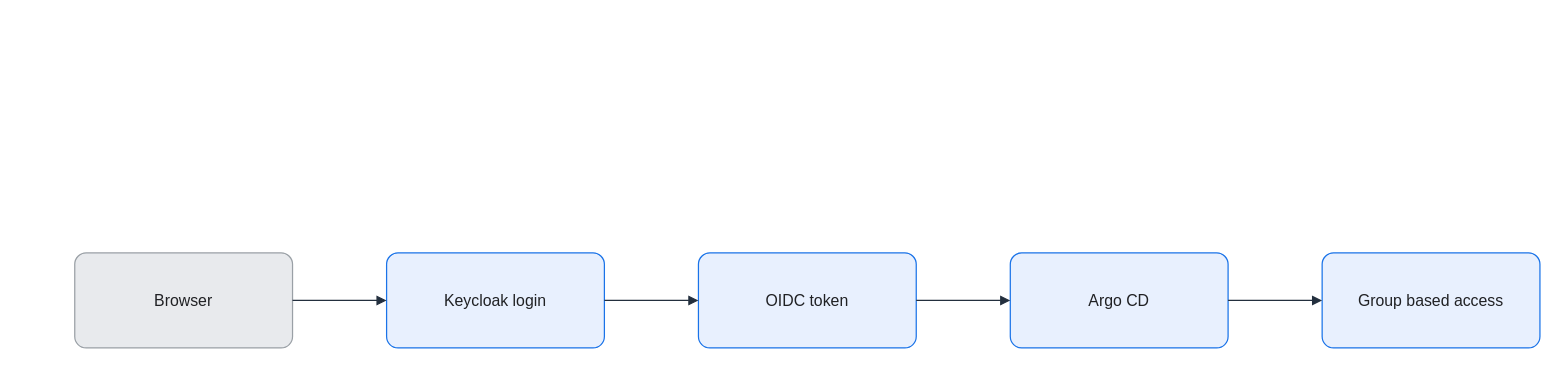
This is assets/img/security/keycloak-argocd-sso-flow.drawio from KKamJi98/kkamji98.github.io, a draw.io file, before an edit. Source tidied: cells renumbered, new cells numbered last; positions are measured from the earlier drawing's top-left corner, leaving out a move shared by most shapes. Both pictures are drawn from the tidied source at 99%, with x=0, y=0 at pixel (74, 252).
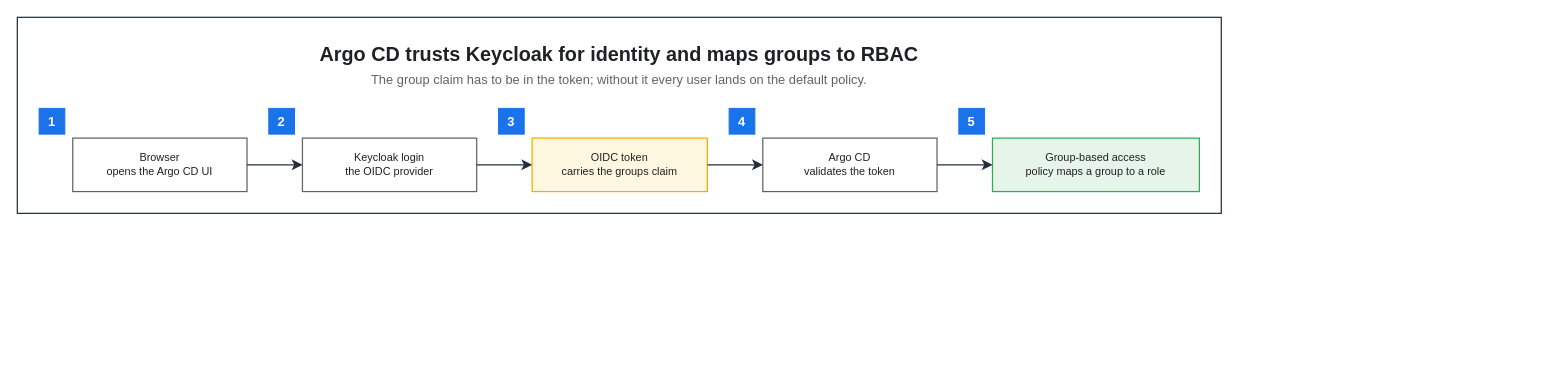
The same page after the edit.

What changed in the source:
```diff
@@
 <mxGraphModel background="#FFFFFF">
   <root>
     <mxCell id="0" />
     <mxCell id="1" parent="0" />
-    <mxCell id="2" value="Browser" style="rounded=1;arcSize=12;whiteSpace=wrap;html=0;fillColor=#E8EAED;strokeColor=#9AA0A6;strokeWidth=1.25;fontColor=#202124;fontSize=16;align=center;verticalAlign=middle;spacing=8;shadow=0;" parent="1" vertex="1">
-      <mxGeometry width="220" height="96" as="geometry" />
-    </mxCell>
-    <mxCell id="3" value="Keycloak login" style="rounded=1;arcSize=12;whiteSpace=wrap;html=0;fillColor=#E8F0FE;strokeColor=#1A73E8;strokeWidth=1.25;fontColor=#202124;fontSize=16;align=center;verticalAlign=middle;spacing=8;shadow=0;" parent="1" vertex="1">
-      <mxGeometry x="315" width="220" height="96" as="geometry" />
-    </mxCell>
-    <mxCell id="4" value="OIDC token" style="rounded=1;arcSize=12;whiteSpace=wrap;html=0;fillColor=#E8F0FE;strokeColor=#1A73E8;strokeWidth=1.25;fontColor=#202124;fontSize=16;align=center;verticalAlign=middle;spacing=8;shadow=0;" parent="1" vertex="1">
-      <mxGeometry x="630" width="220" height="96" as="geometry" />
-    </mxCell>
-    <mxCell id="5" value="Argo CD" style="rounded=1;arcSize=12;whiteSpace=wrap;html=0;fillColor=#E8F0FE;strokeColor=#1A73E8;strokeWidth=1.25;fontColor=#202124;fontSize=16;align=center;verticalAlign=middle;spacing=8;shadow=0;" parent="1" vertex="1">
-      <mxGeometry x="945" width="220" height="96" as="geometry" />
-    </mxCell>
-    <mxCell id="6" value="Group based access" style="rounded=1;arcSize=12;whiteSpace=wrap;html=0;fillColor=#E8F0FE;strokeColor=#1A73E8;strokeWidth=1.25;fontColor=#202124;fontSize=16;align=center;verticalAlign=middle;spacing=8;shadow=0;" parent="1" vertex="1">
-      <mxGeometry x="1260" width="220" height="96" as="geometry" />
-    </mxCell>
-    <mxCell id="7" style="edgeStyle=orthogonalEdgeStyle;rounded=0;jettySize=auto;html=0;endArrow=block;endFill=1;strokeColor=#232F3E;strokeWidth=1.25;fontColor=#202124;labelBackgroundColor=none;exitX=1;exitY=0.5;exitDx=0;exitDy=0;entryX=0;entryY=0.5;entryDx=0;entryDy=0;endSize=7;" parent="1" edge="1" source="2" target="3">
-      <mxGeometry relative="1" as="geometry" />
-    </mxCell>
-    <mxCell id="8" style="edgeStyle=orthogonalEdgeStyle;rounded=0;jettySize=auto;html=0;endArrow=block;endFill=1;strokeColor=#232F3E;strokeWidth=1.25;fontColor=#202124;labelBackgroundColor=none;exitX=1;exitY=0.5;exitDx=0;exitDy=0;entryX=0;entryY=0.5;entryDx=0;entryDy=0;endSize=7;" parent="1" edge="1" source="3" target="4">
-      <mxGeometry relative="1" as="geometry" />
-    </mxCell>
-    <mxCell id="9" style="edgeStyle=orthogonalEdgeStyle;rounded=0;jettySize=auto;html=0;endArrow=block;endFill=1;strokeColor=#232F3E;strokeWidth=1.25;fontColor=#202124;labelBackgroundColor=none;exitX=1;exitY=0.5;exitDx=0;exitDy=0;entryX=0;entryY=0.5;entryDx=0;entryDy=0;endSize=7;" parent="1" edge="1" source="4" target="5">
-      <mxGeometry relative="1" as="geometry" />
-    </mxCell>
-    <mxCell id="10" style="edgeStyle=orthogonalEdgeStyle;rounded=0;jettySize=auto;html=0;endArrow=block;endFill=1;strokeColor=#232F3E;strokeWidth=1.25;fontColor=#202124;labelBackgroundColor=none;exitX=1;exitY=0.5;exitDx=0;exitDy=0;entryX=0;entryY=0.5;entryDx=0;entryDy=0;endSize=7;" parent="1" edge="1" source="5" target="6">
-      <mxGeometry relative="1" as="geometry" />
-    </mxCell>
+    <mxCell id="11" style="rounded=0;html=0;fillColor=none;strokeColor=#232F3E;fontColor=#202124;strokeWidth=1.25;" parent="1" vertex="1">
+      <mxGeometry x="-58" y="-238" width="1216.1" height="198" as="geometry" />
+    </mxCell>
+    <mxCell id="12" value="Argo CD trusts Keycloak for identity and maps groups to RBAC" style="text;html=0;whiteSpace=wrap;fillColor=none;strokeColor=none;fontColor=#202124;fontSize=20;fontStyle=1;align=center;verticalAlign=middle;" parent="1" vertex="1">
+      <mxGeometry x="-36" y="-216" width="1172.1" height="30" as="geometry" />
+    </mxCell>
+    <mxCell id="13" value="The group claim has to be in the token; without it every user lands on the default policy." style="text;html=0;whiteSpace=wrap;fillColor=none;strokeColor=none;fontColor=#5F6368;fontSize=13;fontStyle=0;align=center;verticalAlign=middle;" parent="1" vertex="1">
+      <mxGeometry x="-36" y="-186" width="1172.1" height="22" as="geometry" />
+    </mxCell>
+    <mxCell id="14" value="Browser&#10;opens the Argo CD UI" style="rounded=0;whiteSpace=wrap;html=0;fillColor=#FFFFFF;strokeColor=#5F6368;fontColor=#202124;fontSize=11;fontStyle=0;align=center;verticalAlign=middle;spacingLeft=6;spacingRight=6;strokeWidth=1.25;" parent="1" vertex="1">
+      <mxGeometry x="-2" y="-116" width="176" height="54" as="geometry" />
+    </mxCell>
+    <mxCell id="15" value="Keycloak login&#10;the OIDC provider" style="rounded=0;whiteSpace=wrap;html=0;fillColor=#FFFFFF;strokeColor=#5F6368;fontColor=#202124;fontSize=11;fontStyle=0;align=center;verticalAlign=middle;spacingLeft=6;spacingRight=6;strokeWidth=1.25;" parent="1" vertex="1">
+      <mxGeometry x="230" y="-116" width="176" height="54" as="geometry" />
+    </mxCell>
+    <mxCell id="16" value="OIDC token&#10;carries the groups claim" style="rounded=0;whiteSpace=wrap;html=0;fillColor=#FEF7E0;strokeColor=#F9AB00;fontColor=#202124;fontSize=11;fontStyle=0;align=center;verticalAlign=middle;spacingLeft=6;spacingRight=6;strokeWidth=1.25;" parent="1" vertex="1">
+      <mxGeometry x="462" y="-116" width="177" height="54" as="geometry" />
+    </mxCell>
+    <mxCell id="17" value="Argo CD&#10;validates the token" style="rounded=0;whiteSpace=wrap;html=0;fillColor=#FFFFFF;strokeColor=#5F6368;fontColor=#202124;fontSize=11;fontStyle=0;align=center;verticalAlign=middle;spacingLeft=6;spacingRight=6;strokeWidth=1.25;" parent="1" vertex="1">
+      <mxGeometry x="695" y="-116" width="176" height="54" as="geometry" />
+    </mxCell>
+    <mxCell id="18" value="Group-based access&#10;policy maps a group to a role" style="rounded=0;whiteSpace=wrap;html=0;fillColor=#E6F4EA;strokeColor=#34A853;fontColor=#202124;fontSize=11;fontStyle=0;align=center;verticalAlign=middle;spacingLeft=6;spacingRight=6;strokeWidth=1.25;" parent="1" vertex="1">
+      <mxGeometry x="927" y="-116" width="209" height="54" as="geometry" />
+    </mxCell>
+    <mxCell id="19" value="1" style="rounded=0;whiteSpace=wrap;html=0;fillColor=#1A73E8;strokeColor=#1A73E8;fontColor=#FFFFFF;fontSize=13;fontStyle=1;align=center;verticalAlign=middle;" parent="1" vertex="1">
+      <mxGeometry x="-36" y="-146" width="26" height="26" as="geometry" />
+    </mxCell>
+    <mxCell id="20" value="2" style="rounded=0;whiteSpace=wrap;html=0;fillColor=#1A73E8;strokeColor=#1A73E8;fontColor=#FFFFFF;fontSize=13;fontStyle=1;align=center;verticalAlign=middle;" parent="1" vertex="1">
+      <mxGeometry x="196" y="-146" width="26" height="26" as="geometry" />
+    </mxCell>
+    <mxCell id="21" value="3" style="rounded=0;whiteSpace=wrap;html=0;fillColor=#1A73E8;strokeColor=#1A73E8;fontColor=#FFFFFF;fontSize=13;fontStyle=1;align=center;verticalAlign=middle;" parent="1" vertex="1">
+      <mxGeometry x="428" y="-146" width="26" height="26" as="geometry" />
+    </mxCell>
+    <mxCell id="22" value="4" style="rounded=0;whiteSpace=wrap;html=0;fillColor=#1A73E8;strokeColor=#1A73E8;fontColor=#FFFFFF;fontSize=13;fontStyle=1;align=center;verticalAlign=middle;" parent="1" vertex="1">
+      <mxGeometry x="661" y="-146" width="26" height="26" as="geometry" />
+    </mxCell>
+    <mxCell id="23" value="5" style="rounded=0;whiteSpace=wrap;html=0;fillColor=#1A73E8;strokeColor=#1A73E8;fontColor=#FFFFFF;fontSize=13;fontStyle=1;align=center;verticalAlign=middle;" parent="1" vertex="1">
+      <mxGeometry x="893" y="-146" width="26" height="26" as="geometry" />
+    </mxCell>
+    <mxCell id="24" style="edgeStyle=orthogonalEdgeStyle;rounded=0;html=0;strokeColor=#232F3E;strokeWidth=1.25;endArrow=classic;endFill=1;endSize=7;fontSize=11;fontColor=#202124;labelBackgroundColor=none;jettySize=14;exitX=1;exitY=0.5;entryX=0;entryY=0.5;exitDx=0;exitDy=0;entryDx=0;entryDy=0;" parent="1" edge="1" source="14" target="15">
+      <mxGeometry relative="1" as="geometry" />
+    </mxCell>
+    <mxCell id="25" style="edgeStyle=orthogonalEdgeStyle;rounded=0;html=0;strokeColor=#232F3E;strokeWidth=1.25;endArrow=classic;endFill=1;endSize=7;fontSize=11;fontColor=#202124;labelBackgroundColor=none;jettySize=14;exitX=1;exitY=0.5;entryX=0;entryY=0.5;exitDx=0;exitDy=0;entryDx=0;entryDy=0;" parent="1" edge="1" source="15" target="16">
+      <mxGeometry relative="1" as="geometry" />
+    </mxCell>
+    <mxCell id="26" style="edgeStyle=orthogonalEdgeStyle;rounded=0;html=0;strokeColor=#232F3E;strokeWidth=1.25;endArrow=classic;endFill=1;endSize=7;fontSize=11;fontColor=#202124;labelBackgroundColor=none;jettySize=14;exitX=1;exitY=0.5;entryX=0;entryY=0.5;exitDx=0;exitDy=0;entryDx=0;entryDy=0;" parent="1" edge="1" source="16" target="17">
+      <mxGeometry relative="1" as="geometry" />
+    </mxCell>
+    <mxCell id="27" style="edgeStyle=orthogonalEdgeStyle;rounded=0;html=0;strokeColor=#232F3E;strokeWidth=1.25;endArrow=classic;endFill=1;endSize=7;fontSize=11;fontColor=#202124;labelBackgroundColor=none;jettySize=14;exitX=1;exitY=0.5;entryX=0;entryY=0.5;exitDx=0;exitDy=0;entryDx=0;entryDy=0;" parent="1" edge="1" source="17" target="18">
+      <mxGeometry relative="1" as="geometry" />
+    </mxCell>
   </root>
 </mxGraphModel>
```
